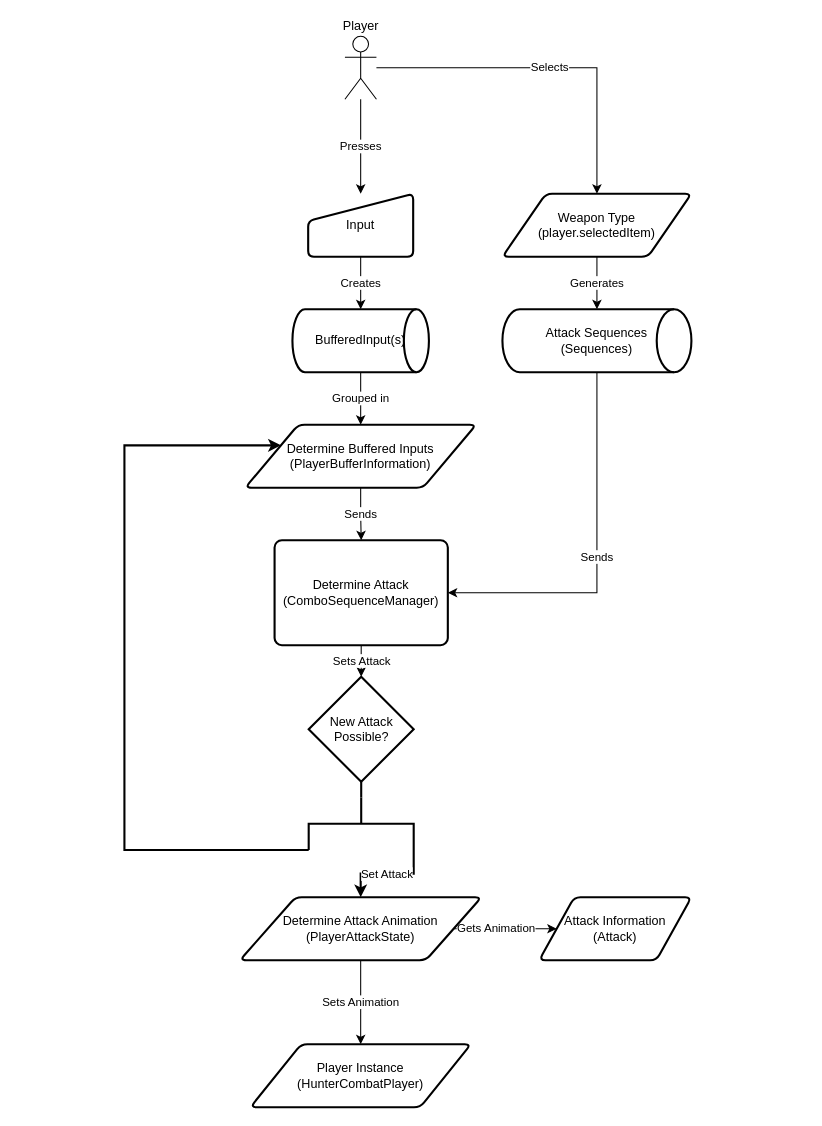
The draw.io diagram AttackFlowChart.drawio in Gingerbreadman32/HunterCombatMR, before the edit. Source tidied: cells renumbered, new cells numbered last; positions are measured from the earlier drawing's top-left corner, leaving out a move shared by most shapes. Both pictures are drawn from the tidied source at 105%, with x=0, y=0 at pixel (124, 36).
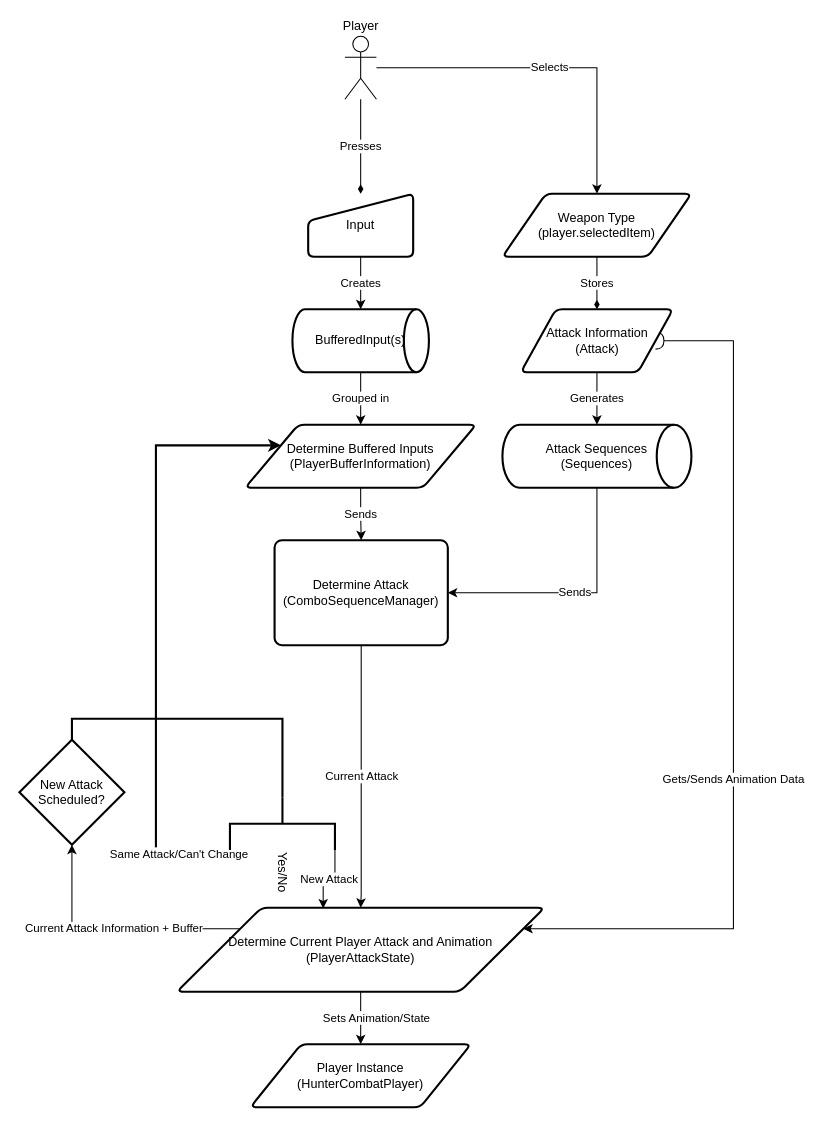
The same page after the edit.

Unchanged cells that the change refers to:
```xml
<mxCell id="4" value="Player" style="shape=umlActor;verticalLabelPosition=top;verticalAlign=bottom;html=1;outlineConnect=0;labelPosition=center;align=center;" parent="1" vertex="1">
  <mxGeometry x="210" width="30" height="60" as="geometry" />
</mxCell>
<mxCell id="8" value="Weapon Type&lt;br&gt;(player.selectedItem)" style="shape=parallelogram;html=1;strokeWidth=2;perimeter=parallelogramPerimeter;whiteSpace=wrap;rounded=1;arcSize=12;size=0.23;" parent="1" vertex="1">
  <mxGeometry x="360" y="150" width="180" height="60" as="geometry" />
</mxCell>
<mxCell id="14" value="Determine Attack&lt;br&gt;(ComboSequenceManager)" style="rounded=1;whiteSpace=wrap;html=1;absoluteArcSize=1;arcSize=14;strokeWidth=2;" parent="1" vertex="1">
  <mxGeometry x="143" y="480" width="165" height="100" as="geometry" />
</mxCell>
<mxCell id="19" value="Determine Buffered Inputs&lt;br&gt;(PlayerBufferInformation)" style="shape=parallelogram;html=1;strokeWidth=2;perimeter=parallelogramPerimeter;whiteSpace=wrap;rounded=1;arcSize=12;size=0.23;" parent="1" vertex="1">
  <mxGeometry x="115" y="370" width="220" height="60" as="geometry" />
</mxCell>
<mxCell id="21" value="Player Instance&lt;br&gt;(HunterCombatPlayer)" style="shape=parallelogram;html=1;strokeWidth=2;perimeter=parallelogramPerimeter;whiteSpace=wrap;rounded=1;arcSize=12;size=0.23;" parent="1" vertex="1">
  <mxGeometry x="120" y="960" width="210" height="60" as="geometry" />
</mxCell>
```

The edit, as a diff of the source:
```diff
@@
-    <mxCell id="2" value="Presses" style="edgeStyle=orthogonalEdgeStyle;rounded=0;jettySize=auto;html=1;entryX=0.5;entryY=0;entryDx=0;entryDy=0;" parent="1" edge="1" source="4">
+    <mxCell id="2" value="Presses" style="edgeStyle=orthogonalEdgeStyle;rounded=0;jettySize=auto;html=1;entryX=0.5;entryY=0;entryDx=0;entryDy=0;endArrow=diamondThin;endFill=1;" parent="1" edge="1" source="4">
       <mxGeometry relative="1" as="geometry">
         <mxPoint x="225" y="150" as="targetPoint" />
       </mxGeometry>
     </mxCell>
@@
-    <mxCell id="7" value="Generates" style="edgeStyle=orthogonalEdgeStyle;rounded=0;jettySize=auto;html=1;entryX=0.5;entryY=0;entryDx=0;entryDy=0;entryPerimeter=0;" parent="1" edge="1" source="8" target="10">
+    <mxCell id="7" value="Stores" style="edgeStyle=orthogonalEdgeStyle;rounded=0;jettySize=auto;html=1;entryX=0.5;entryY=0;entryDx=0;entryDy=0;endArrow=diamondThin;endFill=1;" parent="1" edge="1" source="8" target="20">
       <mxGeometry relative="1" as="geometry" />
     </mxCell>
@@
     <mxCell id="10" value="Attack Sequences&lt;br&gt;(Sequences)" style="strokeWidth=2;html=1;shape=mxgraph.flowchart.direct_data;whiteSpace=wrap;" parent="1" vertex="1">
-      <mxGeometry x="360" y="260" width="180" height="60" as="geometry" />
+      <mxGeometry x="360" y="370" width="180" height="60" as="geometry" />
     </mxCell>
@@
-    <mxCell id="13" value="Sets Attack" style="edgeStyle=orthogonalEdgeStyle;rounded=0;jettySize=auto;html=1;exitX=0.5;exitY=1;exitDx=0;exitDy=0;entryX=0.5;entryY=0;entryDx=0;entryDy=0;entryPerimeter=0;" parent="1" edge="1" source="14" target="22">
-      <mxGeometry relative="1" as="geometry" />
+    <mxCell id="13" value="Current Attack" style="edgeStyle=orthogonalEdgeStyle;rounded=0;jettySize=auto;html=1;exitX=0.5;exitY=1;exitDx=0;exitDy=0;entryX=0.5;entryY=0;entryDx=0;entryDy=0;" parent="1" edge="1" source="14" target="17">
+      <mxGeometry relative="1" as="geometry">
+        <Array as="points">
+          <mxPoint x="226" y="817" />
+        </Array>
+      </mxGeometry>
     </mxCell>
@@
-    <mxCell id="15" value="Gets Animation" style="edgeStyle=orthogonalEdgeStyle;rounded=0;jettySize=auto;html=1;entryX=0;entryY=0.5;entryDx=0;entryDy=0;" parent="1" edge="1" source="17" target="20">
-      <mxGeometry x="-0.18" relative="1" as="geometry" />
+    <mxCell id="15" value="Gets/Sends Animation Data" style="edgeStyle=orthogonalEdgeStyle;rounded=0;jettySize=auto;html=1;entryX=1;entryY=0.5;entryDx=0;entryDy=0;startArrow=classic;startFill=1;endArrow=halfCircle;endFill=0;" parent="1" edge="1" source="17" target="20">
+      <mxGeometry x="-0.18" relative="1" as="geometry">
+        <Array as="points">
+          <mxPoint x="580" y="850" />
+          <mxPoint x="580" y="290" />
+        </Array>
+      </mxGeometry>
     </mxCell>
-    <mxCell id="16" value="Sets Animation" style="edgeStyle=orthogonalEdgeStyle;rounded=0;jettySize=auto;html=1;entryX=0.5;entryY=0;entryDx=0;entryDy=0;" parent="1" edge="1" source="17" target="21">
-      <mxGeometry relative="1" as="geometry" />
+    <mxCell id="16" value="Sets Animation/State" style="edgeStyle=orthogonalEdgeStyle;rounded=0;jettySize=auto;html=1;entryX=0.5;entryY=0;entryDx=0;entryDy=0;" parent="1" edge="1" source="17" target="21">
+      <mxGeometry y="15" relative="1" as="geometry">
+        <Array as="points">
+          <mxPoint x="225" y="920" />
+          <mxPoint x="225" y="920" />
+        </Array>
+      </mxGeometry>
     </mxCell>
+    <mxCell id="27" value="Current Attack Information + Buffer" style="edgeStyle=orthogonalEdgeStyle;rounded=0;jettySize=auto;html=1;startArrow=none;startFill=0;endArrow=classic;endFill=1;entryX=0.5;entryY=1;entryDx=0;entryDy=0;entryPerimeter=0;" parent="1" edge="1" source="17" target="22">
+      <mxGeometry relative="1" as="geometry">
+        <Array as="points">
+          <mxPoint x="-50" y="850" />
+        </Array>
+      </mxGeometry>
+    </mxCell>
-    <mxCell id="17" value="Determine Attack Animation&lt;br&gt;(PlayerAttackState)" style="shape=parallelogram;html=1;strokeWidth=2;perimeter=parallelogramPerimeter;whiteSpace=wrap;rounded=1;arcSize=12;size=0.23;" parent="1" vertex="1">
-      <mxGeometry x="110" y="820" width="230" height="60" as="geometry" />
+    <mxCell id="17" value="Determine Current Player Attack and Animation&lt;br&gt;(PlayerAttackState)" style="shape=parallelogram;html=1;strokeWidth=2;perimeter=parallelogramPerimeter;whiteSpace=wrap;rounded=1;arcSize=12;size=0.23;" parent="1" vertex="1">
+      <mxGeometry x="50" y="830" width="350" height="80" as="geometry" />
     </mxCell>
@@
+    <mxCell id="28" value="Generates" style="edgeStyle=orthogonalEdgeStyle;rounded=0;jettySize=auto;html=1;entryX=0.5;entryY=0;entryDx=0;entryDy=0;entryPerimeter=0;startArrow=none;startFill=0;endArrow=classic;endFill=1;" parent="1" edge="1" source="20" target="10">
+      <mxGeometry relative="1" as="geometry" />
+    </mxCell>
     <mxCell id="20" value="Attack Information&lt;br&gt;(Attack)" style="shape=parallelogram;html=1;strokeWidth=2;perimeter=parallelogramPerimeter;whiteSpace=wrap;rounded=1;arcSize=12;size=0.23;" parent="1" vertex="1">
-      <mxGeometry x="395" y="820" width="145" height="60" as="geometry" />
+      <mxGeometry x="377.5" y="260" width="145" height="60" as="geometry" />
     </mxCell>
@@
-    <mxCell id="22" value="New Attack Possible?" style="strokeWidth=2;html=1;shape=mxgraph.flowchart.decision;whiteSpace=wrap;" parent="1" vertex="1">
-      <mxGeometry x="175.5" y="610" width="100" height="100" as="geometry" />
+    <mxCell id="22" value="New Attack Scheduled?" style="strokeWidth=2;html=1;shape=mxgraph.flowchart.decision;whiteSpace=wrap;" parent="1" vertex="1">
+      <mxGeometry x="-100" y="670" width="100" height="100" as="geometry" />
     </mxCell>
-    <mxCell id="23" style="edgeStyle=orthogonalEdgeStyle;rounded=0;jettySize=auto;html=1;exitX=0;exitY=0.5;exitDx=0;exitDy=0;exitPerimeter=0;entryX=0.5;entryY=1;entryDx=0;entryDy=0;entryPerimeter=0;endArrow=none;endFill=0;strokeWidth=2;" parent="1" edge="1" source="26" target="22">
+    <mxCell id="23" style="edgeStyle=orthogonalEdgeStyle;rounded=0;jettySize=auto;html=1;exitX=0;exitY=0.5;exitDx=0;exitDy=0;exitPerimeter=0;entryX=0.5;entryY=0;entryDx=0;entryDy=0;entryPerimeter=0;endArrow=none;endFill=0;strokeWidth=2;" parent="1" edge="1" source="26" target="22">
       <mxGeometry relative="1" as="geometry" />
     </mxCell>
+    <mxCell id="25" style="edgeStyle=orthogonalEdgeStyle;rounded=0;jettySize=auto;html=1;endArrow=classic;endFill=1;strokeWidth=2;entryX=0;entryY=0.25;entryDx=0;entryDy=0;exitX=1;exitY=1;exitDx=0;exitDy=0;exitPerimeter=0;" parent="1" edge="1" source="26" target="19">
+      <mxGeometry relative="1" as="geometry">
+        <Array as="points">
+          <mxPoint x="30" y="775" />
+          <mxPoint x="30" y="390" />
+        </Array>
+      </mxGeometry>
+    </mxCell>
+    <mxCell id="29" value="Same Attack/Can't Change" style="edgeLabel;html=1;align=center;verticalAlign=middle;" parent="25" vertex="1">
+      <mxGeometry x="-0.83" y="3" relative="1" as="geometry" />
+    </mxCell>
-    <mxCell id="24" value="Set Attack" style="edgeStyle=orthogonalEdgeStyle;rounded=0;jettySize=auto;html=1;exitX=1;exitY=0;exitDx=0;exitDy=0;exitPerimeter=0;entryX=0.5;entryY=0;entryDx=0;entryDy=0;endArrow=classic;endFill=1;strokeWidth=2;" parent="1" edge="1" source="26" target="17">
+    <mxCell id="24" value="New Attack" style="edgeStyle=orthogonalEdgeStyle;rounded=0;jettySize=auto;html=1;exitX=1;exitY=0;exitDx=0;exitDy=0;exitPerimeter=0;entryX=0.398;entryY=0.008;entryDx=0;entryDy=0;entryPerimeter=0;startArrow=none;startFill=0;endArrow=classic;endFill=1;" parent="1" edge="1" source="26" target="17">
       <mxGeometry relative="1" as="geometry" />
     </mxCell>
-    <mxCell id="25" style="edgeStyle=orthogonalEdgeStyle;rounded=0;jettySize=auto;html=1;exitX=1;exitY=1;exitDx=0;exitDy=0;exitPerimeter=0;endArrow=classic;endFill=1;strokeWidth=2;entryX=0;entryY=0.25;entryDx=0;entryDy=0;" parent="1" edge="1" source="26" target="19">
-      <mxGeometry relative="1" as="geometry">
-        <Array as="points">
-          <mxPoint y="775" />
-          <mxPoint y="390" />
-        </Array>
-      </mxGeometry>
-    </mxCell>
-    <mxCell id="26" style="strokeWidth=2;html=1;shape=mxgraph.flowchart.annotation_2;align=left;labelPosition=right;rotation=90;" parent="1" vertex="1">
-      <mxGeometry x="200.5" y="700" width="50" height="100" as="geometry" />
+    <mxCell id="26" value="Yes/No" style="strokeWidth=2;html=1;shape=mxgraph.flowchart.annotation_2;align=left;labelPosition=right;rotation=90;" parent="1" vertex="1">
+      <mxGeometry x="125.5" y="700" width="50" height="100" as="geometry" />
     </mxCell>
```
